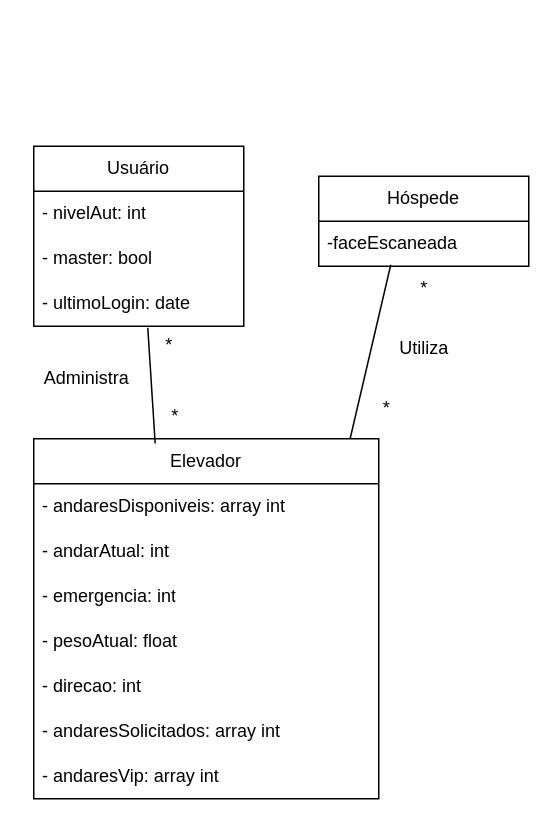
This is componentes2.drawio from joca2511/projElevadorUML, a draw.io file, before an edit. Source tidied: cells renumbered, new cells numbered last; positions are measured from the earlier drawing's top-left corner, leaving out a move shared by most shapes. Both pictures are drawn from the tidied source at 150%, with x=0, y=0 at pixel (26, 146).
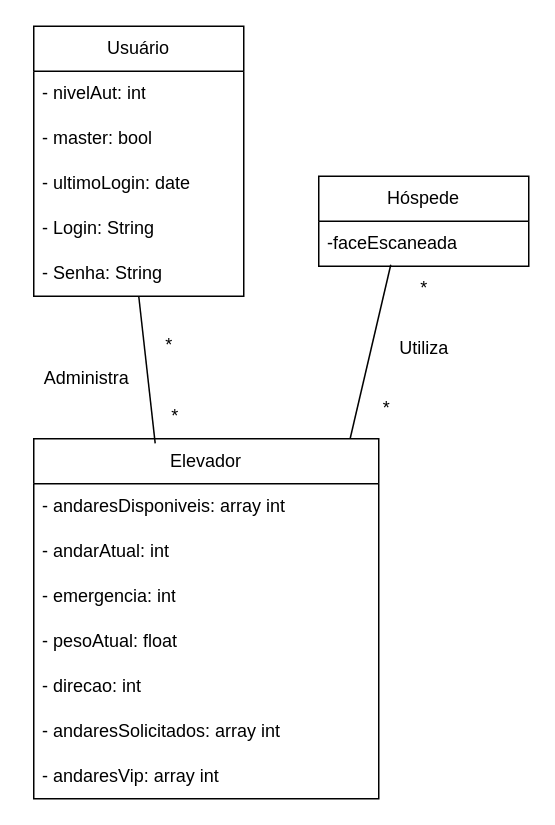
The same page after the edit.

The change refers to these unchanged cells:
```xml
<mxCell id="5" value="- ultimoLogin: date" style="text;strokeColor=none;fillColor=none;align=left;verticalAlign=middle;spacingLeft=4;spacingRight=4;overflow=hidden;points=[[0,0.5],[1,0.5]];portConstraint=eastwest;whiteSpace=wrap;html=1;" parent="2" vertex="1">
  <mxGeometry y="90" width="140" height="30" as="geometry" />
</mxCell>
<mxCell id="6" value="Elevador" style="swimlane;fontStyle=0;horizontal=1;startSize=30;whiteSpace=wrap;html=1;" parent="1" vertex="1">
  <mxGeometry x="5" y="195" width="230" height="240" as="geometry" />
</mxCell>
```

Diff of the diagram source:
```diff
@@
     <mxCell id="2" value="Usuário" style="swimlane;fontStyle=0;horizontal=1;startSize=30;whiteSpace=wrap;html=1;" parent="1" vertex="1">
-      <mxGeometry x="5" width="140" height="120" as="geometry" />
+      <mxGeometry x="5" y="-80" width="140" height="180" as="geometry" />
     </mxCell>
@@
+    <mxCell id="24" value="- Login: String" style="text;strokeColor=none;fillColor=none;align=left;verticalAlign=middle;spacingLeft=4;spacingRight=4;overflow=hidden;whiteSpace=wrap;html=1;" parent="2" vertex="1">
+      <mxGeometry y="120" width="140" height="30" as="geometry" />
+    </mxCell>
+    <mxCell id="25" value="- Senha: String" style="text;strokeColor=none;fillColor=none;align=left;verticalAlign=middle;spacingLeft=4;spacingRight=4;overflow=hidden;points=[[0,0.5],[1,0.5]];portConstraint=eastwest;whiteSpace=wrap;html=1;" parent="2" vertex="1">
+      <mxGeometry y="150" width="140" height="30" as="geometry" />
+    </mxCell>
@@
-    <mxCell id="16" style="endArrow=none;html=1;rounded=0;exitX=0.543;exitY=1.033;exitDx=0;exitDy=0;exitPerimeter=0;entryX=0.352;entryY=0.013;entryDx=0;entryDy=0;entryPerimeter=0;" parent="1" edge="1" source="5" target="6">
+    <mxCell id="16" style="endArrow=none;html=1;rounded=0;exitX=0.5;exitY=1;exitDx=0;exitDy=0;exitPerimeter=0;entryX=0.352;entryY=0.013;entryDx=0;entryDy=0;entryPerimeter=0;" parent="1" edge="1" source="25" target="6">
       <mxGeometry relative="1" as="geometry" />
     </mxCell>
```
